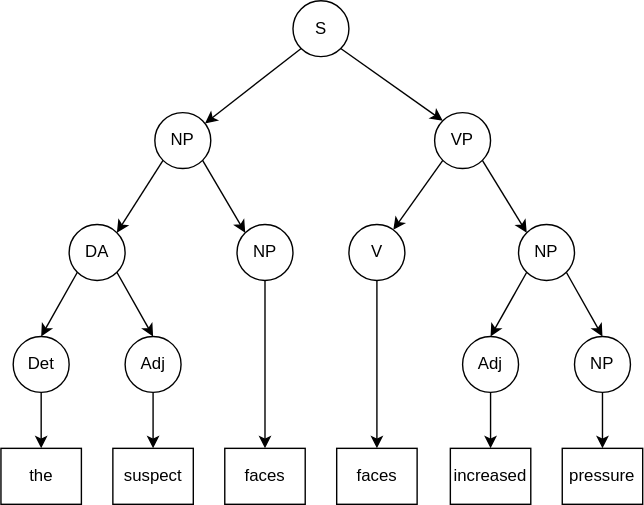
The draw.io diagram a01/graph/2-CKY-tree-1.svg in ttperr/DD2417-NLP-KTH, before a commit. Source tidied: cells renumbered, new cells last; positions are measured from the earlier drawing's top-left corner, leaving out a move shared by most shapes.
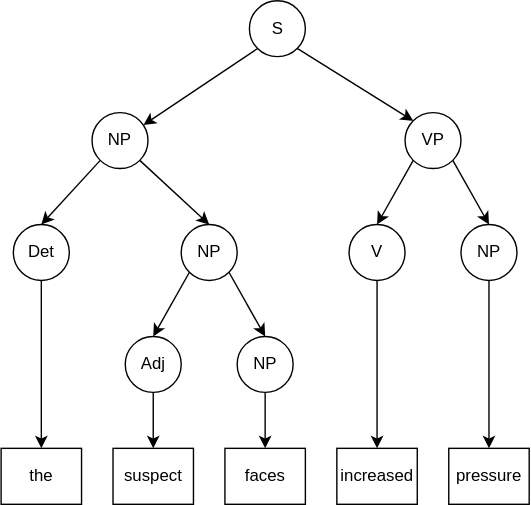
After the change.

What changed in the source:
```diff
@@ -9,76 +9,40 @@
       <mxGeometry relative="1" as="geometry" />
     </mxCell>
     <mxCell id="4" value="S" style="ellipse;whiteSpace=wrap;html=1;" parent="1" vertex="1">
-      <mxGeometry x="208.8" width="40" height="40" as="geometry" />
+      <mxGeometry x="177.5" width="40" height="40" as="geometry" />
     </mxCell>
-    <mxCell id="5" style="edgeStyle=none;html=1;exitX=1;exitY=1;exitDx=0;exitDy=0;entryX=0;entryY=0;entryDx=0;entryDy=0;" parent="1" edge="1" source="7" target="32">
-      <mxGeometry relative="1" as="geometry" />
-    </mxCell>
-    <mxCell id="6" style="edgeStyle=none;html=1;exitX=0;exitY=1;exitDx=0;exitDy=0;entryX=1;entryY=0;entryDx=0;entryDy=0;" parent="1" edge="1" source="7" target="25">
-      <mxGeometry relative="1" as="geometry" />
-    </mxCell>
+    <mxCell id="35" style="edgeStyle=none;html=1;exitX=0;exitY=1;exitDx=0;exitDy=0;entryX=0.5;entryY=0;entryDx=0;entryDy=0;" parent="1" edge="1" source="7" target="34">
+      <mxGeometry relative="1" as="geometry" />
+    </mxCell>
+    <mxCell id="36" style="edgeStyle=none;html=1;exitX=1;exitY=1;exitDx=0;exitDy=0;entryX=0.5;entryY=0;entryDx=0;entryDy=0;" parent="1" edge="1" source="7" target="27">
+      <mxGeometry relative="1" as="geometry" />
+    </mxCell>
     <mxCell id="7" value="NP" style="ellipse;whiteSpace=wrap;html=1;" parent="1" vertex="1">
-      <mxGeometry x="110" y="80" width="40" height="40" as="geometry" />
+      <mxGeometry x="65" y="80" width="40" height="40" as="geometry" />
     </mxCell>
-    <mxCell id="8" style="edgeStyle=none;html=1;exitX=0;exitY=1;exitDx=0;exitDy=0;" parent="1" edge="1" source="10" target="12">
+    <mxCell id="8" style="edgeStyle=none;html=1;exitX=0;exitY=1;exitDx=0;exitDy=0;entryX=0.5;entryY=0;entryDx=0;entryDy=0;" parent="1" edge="1" source="10" target="12">
       <mxGeometry relative="1" as="geometry" />
     </mxCell>
-    <mxCell id="9" style="edgeStyle=none;html=1;exitX=1;exitY=1;exitDx=0;exitDy=0;entryX=0;entryY=0;entryDx=0;entryDy=0;" parent="1" edge="1" source="10" target="15">
-      <mxGeometry relative="1" as="geometry" />
-    </mxCell>
+    <mxCell id="37" style="edgeStyle=none;html=1;exitX=1;exitY=1;exitDx=0;exitDy=0;entryX=0.5;entryY=0;entryDx=0;entryDy=0;" parent="1" edge="1" source="10" target="41">
+      <mxGeometry relative="1" as="geometry" />
+    </mxCell>
     <mxCell id="10" value="VP" style="ellipse;whiteSpace=wrap;html=1;" parent="1" vertex="1">
-      <mxGeometry x="310" y="80" width="40" height="40" as="geometry" />
+      <mxGeometry x="288.8" y="80" width="40" height="40" as="geometry" />
     </mxCell>
-    <mxCell id="11" style="edgeStyle=none;html=1;exitX=0.5;exitY=1;exitDx=0;exitDy=0;entryX=0.5;entryY=0;entryDx=0;entryDy=0;" parent="1" edge="1" source="12" target="22">
-      <mxGeometry relative="1" as="geometry" />
-    </mxCell>
-    <mxCell id="12" value="V" style="ellipse;whiteSpace=wrap;html=1;" parent="1" vertex="1">
-      <mxGeometry x="248.8" y="160" width="40" height="40" as="geometry" />
-    </mxCell>
-    <mxCell id="13" style="edgeStyle=none;html=1;exitX=0;exitY=1;exitDx=0;exitDy=0;entryX=0.5;entryY=0;entryDx=0;entryDy=0;" parent="1" edge="1" source="15" target="17">
-      <mxGeometry relative="1" as="geometry" />
-    </mxCell>
-    <mxCell id="14" style="edgeStyle=none;html=1;exitX=1;exitY=1;exitDx=0;exitDy=0;entryX=0.5;entryY=0;entryDx=0;entryDy=0;" parent="1" edge="1" source="15" target="19">
-      <mxGeometry relative="1" as="geometry" />
-    </mxCell>
-    <mxCell id="15" value="NP" style="ellipse;whiteSpace=wrap;html=1;" parent="1" vertex="1">
-      <mxGeometry x="370" y="160" width="40" height="40" as="geometry" />
-    </mxCell>
-    <mxCell id="16" style="edgeStyle=none;html=1;exitX=0.5;exitY=1;exitDx=0;exitDy=0;entryX=0.5;entryY=0;entryDx=0;entryDy=0;" parent="1" edge="1" source="17" target="21">
-      <mxGeometry relative="1" as="geometry" />
-    </mxCell>
-    <mxCell id="17" value="Adj" style="ellipse;whiteSpace=wrap;html=1;" parent="1" vertex="1">
-      <mxGeometry x="330" y="240" width="40" height="40" as="geometry" />
-    </mxCell>
-    <mxCell id="18" style="edgeStyle=none;html=1;exitX=0.5;exitY=1;exitDx=0;exitDy=0;entryX=0.5;entryY=0;entryDx=0;entryDy=0;" parent="1" edge="1" source="19" target="20">
-      <mxGeometry relative="1" as="geometry" />
-    </mxCell>
-    <mxCell id="19" value="NP" style="ellipse;whiteSpace=wrap;html=1;" parent="1" vertex="1">
-      <mxGeometry x="410" y="240" width="40" height="40" as="geometry" />
-    </mxCell>
     <mxCell id="20" value="pressure" style="rounded=0;whiteSpace=wrap;html=1;" parent="1" vertex="1">
-      <mxGeometry x="401.2" y="320" width="57.5" height="40" as="geometry" />
+      <mxGeometry x="320" y="320" width="57.5" height="40" as="geometry" />
     </mxCell>
     <mxCell id="21" value="increased" style="rounded=0;whiteSpace=wrap;html=1;" parent="1" vertex="1">
-      <mxGeometry x="321.2" y="320" width="57.5" height="40" as="geometry" />
+      <mxGeometry x="240" y="320" width="57.5" height="40" as="geometry" />
     </mxCell>
-    <mxCell id="22" value="faces" style="rounded=0;whiteSpace=wrap;html=1;" parent="1" vertex="1">
-      <mxGeometry x="240" y="320" width="57.5" height="40" as="geometry" />
-    </mxCell>
-    <mxCell id="23" style="edgeStyle=none;html=1;exitX=0;exitY=1;exitDx=0;exitDy=0;entryX=0.5;entryY=0;entryDx=0;entryDy=0;" parent="1" edge="1" source="25" target="34">
-      <mxGeometry relative="1" as="geometry" />
-    </mxCell>
-    <mxCell id="24" style="edgeStyle=none;html=1;exitX=1;exitY=1;exitDx=0;exitDy=0;entryX=0.5;entryY=0;entryDx=0;entryDy=0;" parent="1" edge="1" source="25" target="27">
-      <mxGeometry relative="1" as="geometry" />
-    </mxCell>
-    <mxCell id="25" value="DA" style="ellipse;whiteSpace=wrap;html=1;" parent="1" vertex="1">
-      <mxGeometry x="48.8" y="160" width="40" height="40" as="geometry" />
-    </mxCell>
-    <mxCell id="26" style="edgeStyle=none;html=1;exitX=0.5;exitY=1;exitDx=0;exitDy=0;entryX=0.5;entryY=0;entryDx=0;entryDy=0;" parent="1" edge="1" source="27" target="30">
-      <mxGeometry relative="1" as="geometry" />
-    </mxCell>
+    <mxCell id="38" style="edgeStyle=none;html=1;exitX=0;exitY=1;exitDx=0;exitDy=0;entryX=0.5;entryY=0;entryDx=0;entryDy=0;" parent="1" edge="1" source="27" target="17">
+      <mxGeometry relative="1" as="geometry" />
+    </mxCell>
+    <mxCell id="39" style="edgeStyle=none;html=1;exitX=1;exitY=1;exitDx=0;exitDy=0;entryX=0.5;entryY=0;entryDx=0;entryDy=0;" parent="1" edge="1" source="27" target="44">
+      <mxGeometry relative="1" as="geometry" />
+    </mxCell>
-    <mxCell id="27" value="Adj" style="ellipse;whiteSpace=wrap;html=1;" parent="1" vertex="1">
-      <mxGeometry x="88.8" y="240" width="40" height="40" as="geometry" />
+    <mxCell id="27" value="NP" style="ellipse;whiteSpace=wrap;html=1;" parent="1" vertex="1">
+      <mxGeometry x="128.8" y="160" width="40" height="40" as="geometry" />
     </mxCell>
     <mxCell id="28" value="faces" style="rounded=0;whiteSpace=wrap;html=1;" parent="1" vertex="1">
       <mxGeometry x="160" y="320" width="57.5" height="40" as="geometry" />
@@ -89,17 +53,35 @@
     <mxCell id="30" value="suspect" style="rounded=0;whiteSpace=wrap;html=1;" parent="1" vertex="1">
       <mxGeometry x="80" y="320" width="57.5" height="40" as="geometry" />
     </mxCell>
-    <mxCell id="31" style="edgeStyle=none;html=1;exitX=0.5;exitY=1;exitDx=0;exitDy=0;" parent="1" edge="1" source="32" target="28">
-      <mxGeometry relative="1" as="geometry" />
-    </mxCell>
-    <mxCell id="32" value="NP" style="ellipse;whiteSpace=wrap;html=1;" parent="1" vertex="1">
-      <mxGeometry x="168.8" y="160" width="40" height="40" as="geometry" />
-    </mxCell>
     <mxCell id="33" style="edgeStyle=none;html=1;exitX=0.5;exitY=1;exitDx=0;exitDy=0;entryX=0.5;entryY=0;entryDx=0;entryDy=0;" parent="1" edge="1" source="34" target="29">
       <mxGeometry relative="1" as="geometry" />
     </mxCell>
     <mxCell id="34" value="Det" style="ellipse;whiteSpace=wrap;html=1;" parent="1" vertex="1">
-      <mxGeometry x="8.8" y="240" width="40" height="40" as="geometry" />
+      <mxGeometry x="8.8" y="160" width="40" height="40" as="geometry" />
     </mxCell>
+    <mxCell id="40" style="edgeStyle=none;html=1;exitX=0.5;exitY=1;exitDx=0;exitDy=0;" parent="1" edge="1" source="41" target="20">
+      <mxGeometry relative="1" as="geometry" />
+    </mxCell>
+    <mxCell id="41" value="NP" style="ellipse;whiteSpace=wrap;html=1;" parent="1" vertex="1">
+      <mxGeometry x="328.8" y="160" width="40" height="40" as="geometry" />
+    </mxCell>
+    <mxCell id="42" style="edgeStyle=none;html=1;exitX=0.5;exitY=1;exitDx=0;exitDy=0;entryX=0.5;entryY=0;entryDx=0;entryDy=0;" parent="1" edge="1" source="17" target="30">
+      <mxGeometry relative="1" as="geometry" />
+    </mxCell>
+    <mxCell id="17" value="Adj" style="ellipse;whiteSpace=wrap;html=1;" parent="1" vertex="1">
+      <mxGeometry x="88.8" y="240" width="40" height="40" as="geometry" />
+    </mxCell>
+    <mxCell id="43" style="edgeStyle=none;html=1;exitX=0.5;exitY=1;exitDx=0;exitDy=0;" parent="1" edge="1" source="44" target="28">
+      <mxGeometry relative="1" as="geometry" />
+    </mxCell>
+    <mxCell id="44" value="NP" style="ellipse;whiteSpace=wrap;html=1;" parent="1" vertex="1">
+      <mxGeometry x="168.8" y="240" width="40" height="40" as="geometry" />
+    </mxCell>
+    <mxCell id="45" style="edgeStyle=none;html=1;exitX=0.5;exitY=1;exitDx=0;exitDy=0;" parent="1" edge="1" source="12" target="21">
+      <mxGeometry relative="1" as="geometry" />
+    </mxCell>
+    <mxCell id="12" value="V" style="ellipse;whiteSpace=wrap;html=1;" parent="1" vertex="1">
+      <mxGeometry x="248.8" y="160" width="40" height="40" as="geometry" />
+    </mxCell>
   </root>
 </mxGraphModel>
```
